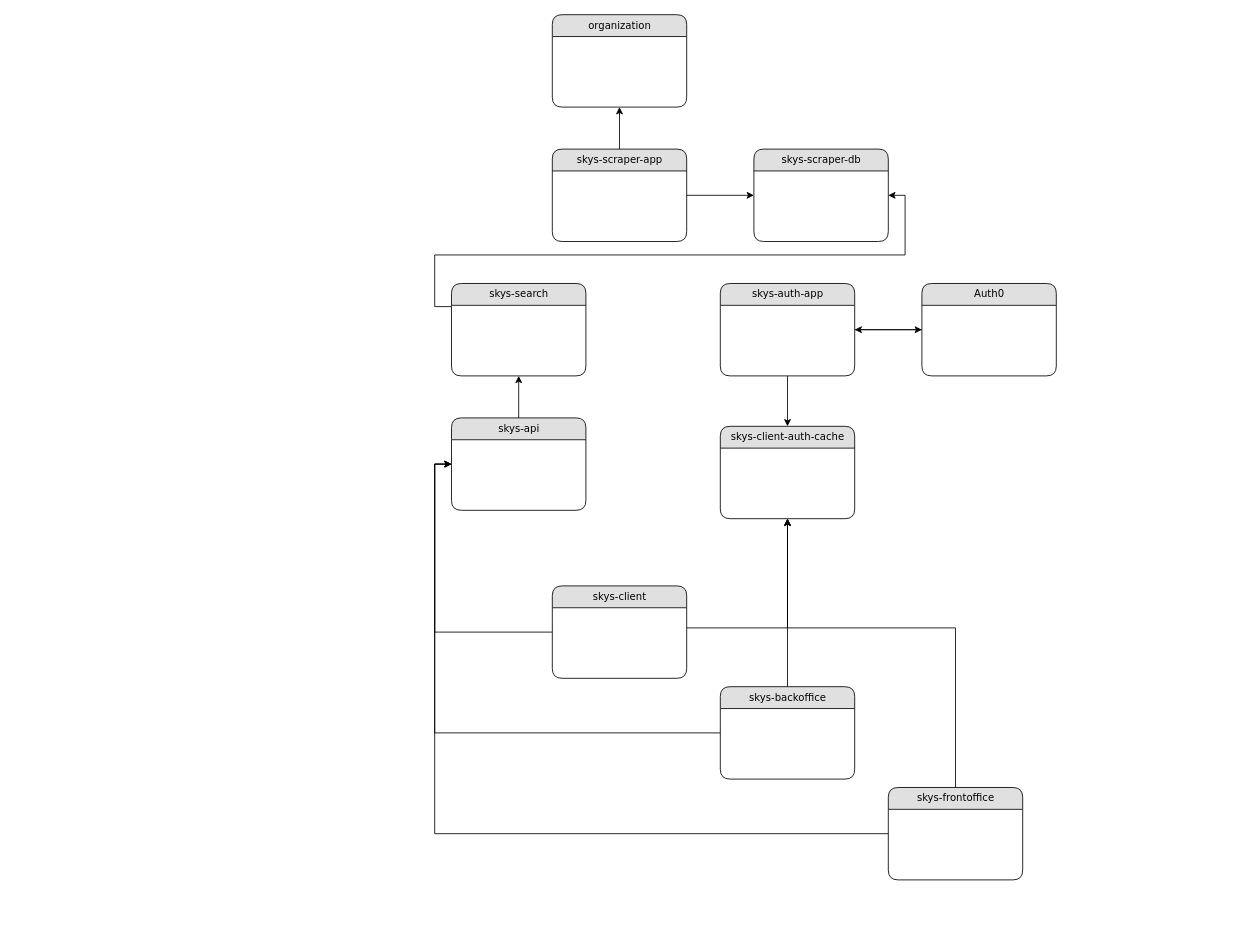
The draw.io diagram Untitled Diagram.drawio in kuzrwkd/skys, before the edit. Source tidied: cells renumbered, new cells numbered last; positions are measured from the earlier drawing's top-left corner, leaving out a move shared by most shapes. Both pictures are drawn from the tidied source at 84%, with x=0, y=0 at pixel (434, 14).
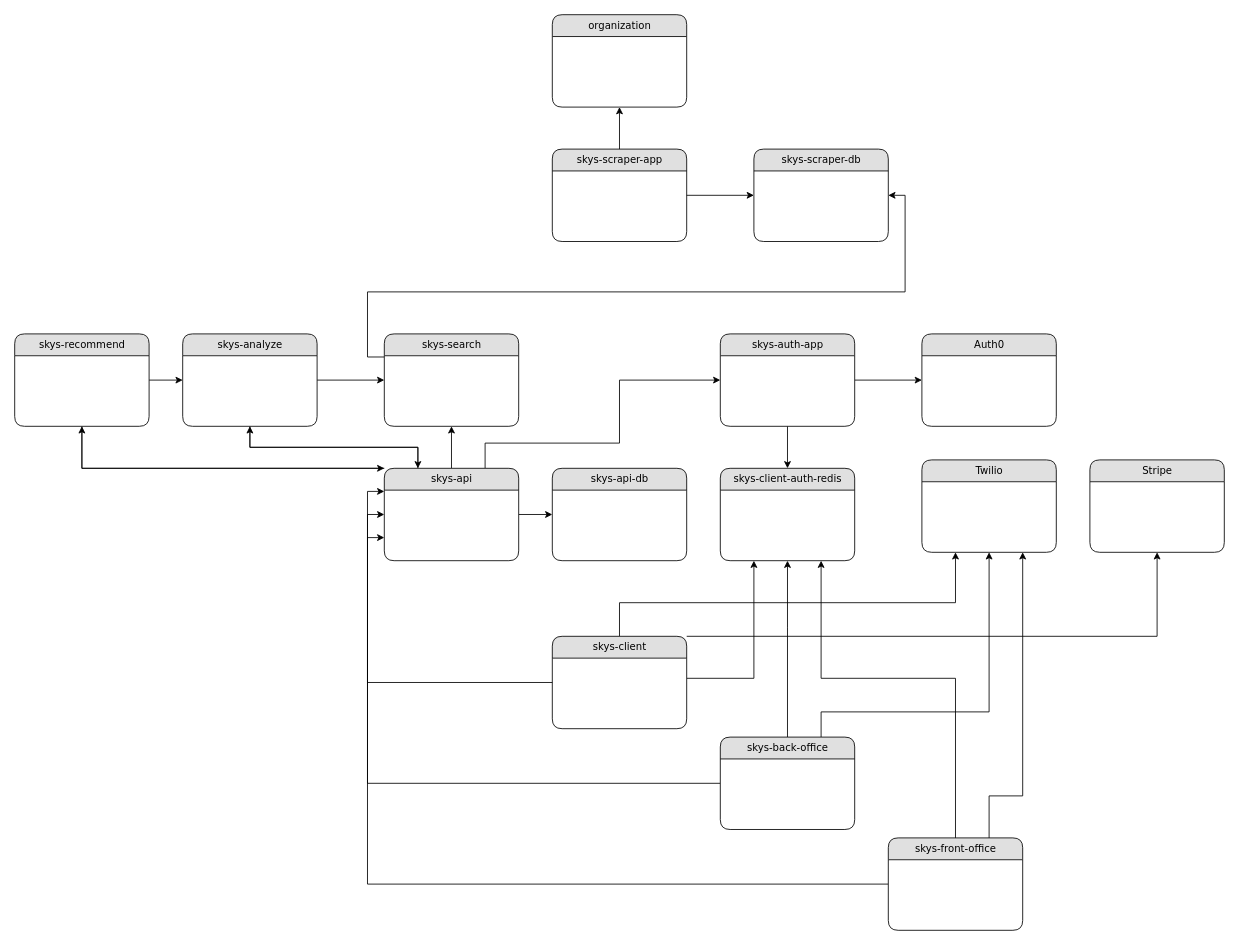
The same page after the edit.

Commit message:
Untitled Diagram.drawio を更新します

The change refers to these unchanged cells:
```xml
<mxCell id="8" value="skys-scraper-db" style="swimlane;html=1;fontStyle=0;horizontal=1;startSize=26;fillColor=#e0e0e0;swimlaneFillColor=#ffffff;align=center;rounded=1;shadow=0;comic=0;labelBackgroundColor=none;strokeWidth=1;fontFamily=Verdana;fontSize=12;" parent="1" vertex="1">
  <mxGeometry x="380" y="160" width="160" height="110" as="geometry" />
</mxCell>
```

Change to the diagram source:
```diff
@@
     <mxCell id="5" value="skys-auth-app" style="swimlane;html=1;fontStyle=0;horizontal=1;startSize=26;fillColor=#e0e0e0;swimlaneFillColor=#ffffff;align=center;rounded=1;shadow=0;comic=0;labelBackgroundColor=none;strokeWidth=1;fontFamily=Verdana;fontSize=12;" parent="1" vertex="1">
-      <mxGeometry x="340" y="320" width="160" height="110" as="geometry" />
+      <mxGeometry x="340" y="380" width="160" height="110" as="geometry" />
     </mxCell>
-    <mxCell id="6" style="edgeStyle=orthogonalEdgeStyle;rounded=0;jettySize=auto;html=1;entryX=0.5;entryY=1;entryDx=0;entryDy=0;" parent="1" edge="1" source="7" target="16">
+    <mxCell id="6" style="edgeStyle=orthogonalEdgeStyle;rounded=0;jettySize=auto;html=1;entryX=0.25;entryY=1;entryDx=0;entryDy=0;" parent="1" edge="1" source="7" target="16">
       <mxGeometry relative="1" as="geometry">
         <Array as="points">
-          <mxPoint x="420" y="730" />
+          <mxPoint x="380" y="790" />
         </Array>
       </mxGeometry>
     </mxCell>
+    <mxCell id="26" style="edgeStyle=orthogonalEdgeStyle;rounded=0;jettySize=auto;html=1;exitX=1;exitY=0;exitDx=0;exitDy=0;entryX=0.5;entryY=1;entryDx=0;entryDy=0;" parent="1" edge="1" source="7" target="36">
+      <mxGeometry relative="1" as="geometry">
+        <Array as="points">
+          <mxPoint x="860" y="740" />
+        </Array>
+      </mxGeometry>
+    </mxCell>
+    <mxCell id="27" style="edgeStyle=orthogonalEdgeStyle;rounded=0;jettySize=auto;html=1;exitX=0.5;exitY=0;exitDx=0;exitDy=0;entryX=0.25;entryY=1;entryDx=0;entryDy=0;" parent="1" edge="1" source="7" target="35">
+      <mxGeometry relative="1" as="geometry">
+        <Array as="points">
+          <mxPoint x="220" y="700" />
+          <mxPoint x="620" y="700" />
+        </Array>
+      </mxGeometry>
+    </mxCell>
     <mxCell id="7" value="skys-client" style="swimlane;html=1;fontStyle=0;horizontal=1;startSize=26;fillColor=#e0e0e0;swimlaneFillColor=#ffffff;align=center;rounded=1;shadow=0;comic=0;labelBackgroundColor=none;strokeWidth=1;fontFamily=Verdana;fontSize=12;" parent="1" vertex="1">
-      <mxGeometry x="140" y="680" width="160" height="110" as="geometry" />
+      <mxGeometry x="140" y="740" width="160" height="110" as="geometry" />
     </mxCell>
@@
     <mxCell id="12" style="edgeStyle=orthogonalEdgeStyle;rounded=0;jettySize=auto;html=1;entryX=1;entryY=0.5;entryDx=0;entryDy=0;exitX=0;exitY=0.25;exitDx=0;exitDy=0;" parent="1" edge="1" source="13" target="8">
       <mxGeometry relative="1" as="geometry">
         <Array as="points">
-          <mxPoint y="348" />
-          <mxPoint y="286" />
-          <mxPoint x="560" y="286" />
+          <mxPoint x="-80" y="408" />
+          <mxPoint x="-80" y="330" />
+          <mxPoint x="560" y="330" />
           <mxPoint x="560" y="215" />
         </Array>
       </mxGeometry>
     </mxCell>
     <mxCell id="13" value="skys-search" style="swimlane;html=1;fontStyle=0;horizontal=1;startSize=26;fillColor=#e0e0e0;swimlaneFillColor=#ffffff;align=center;rounded=1;shadow=0;comic=0;labelBackgroundColor=none;strokeWidth=1;fontFamily=Verdana;fontSize=12;" parent="1" vertex="1">
-      <mxGeometry x="20" y="320" width="160" height="110" as="geometry" />
+      <mxGeometry x="-60" y="380" width="160" height="110" as="geometry" />
     </mxCell>
     <mxCell id="14" value="Auth0" style="swimlane;html=1;fontStyle=0;horizontal=1;startSize=26;fillColor=#e0e0e0;swimlaneFillColor=#ffffff;align=center;rounded=1;shadow=0;comic=0;labelBackgroundColor=none;strokeWidth=1;fontFamily=Verdana;fontSize=12;" parent="1" vertex="1">
-      <mxGeometry x="580" y="320" width="160" height="110" as="geometry" />
+      <mxGeometry x="580" y="380" width="160" height="110" as="geometry" />
     </mxCell>
-    <mxCell id="15" style="edgeStyle=orthogonalEdgeStyle;rounded=0;jettySize=auto;html=1;exitX=0;exitY=0.5;exitDx=0;exitDy=0;entryX=1;entryY=0.5;entryDx=0;entryDy=0;" parent="1" edge="1" source="14" target="5">
-      <mxGeometry relative="1" as="geometry" />
-    </mxCell>
-    <mxCell id="16" value="skys-client-auth-cache" style="swimlane;html=1;fontStyle=0;horizontal=1;startSize=26;fillColor=#e0e0e0;swimlaneFillColor=#ffffff;align=center;rounded=1;shadow=0;comic=0;labelBackgroundColor=none;strokeWidth=1;fontFamily=Verdana;fontSize=12;" parent="1" vertex="1">
-      <mxGeometry x="340" y="490" width="160" height="110" as="geometry" />
+    <mxCell id="16" value="skys-client-auth-redis" style="swimlane;html=1;fontStyle=0;horizontal=1;startSize=26;fillColor=#e0e0e0;swimlaneFillColor=#ffffff;align=center;rounded=1;shadow=0;comic=0;labelBackgroundColor=none;strokeWidth=1;fontFamily=Verdana;fontSize=12;" parent="1" vertex="1">
+      <mxGeometry x="340" y="540" width="160" height="110" as="geometry" />
     </mxCell>
-    <mxCell id="17" style="edgeStyle=orthogonalEdgeStyle;rounded=0;jettySize=auto;html=1;exitX=0;exitY=0.5;exitDx=0;exitDy=0;entryX=0;entryY=0.5;entryDx=0;entryDy=0;" parent="1" edge="1" source="7" target="25">
+    <mxCell id="17" style="edgeStyle=orthogonalEdgeStyle;rounded=0;jettySize=auto;html=1;exitX=0;exitY=0.5;exitDx=0;exitDy=0;entryX=0;entryY=0.25;entryDx=0;entryDy=0;" parent="1" edge="1" source="7" target="25">
       <mxGeometry relative="1" as="geometry" />
     </mxCell>
     <mxCell id="18" style="edgeStyle=orthogonalEdgeStyle;rounded=0;jettySize=auto;html=1;exitX=0.5;exitY=0;exitDx=0;exitDy=0;entryX=0.5;entryY=1;entryDx=0;entryDy=0;" parent="1" edge="1" source="20" target="16">
       <mxGeometry relative="1" as="geometry">
         <Array as="points">
-          <mxPoint x="420" y="670" />
-          <mxPoint x="420" y="670" />
+          <mxPoint x="420" y="730" />
+          <mxPoint x="420" y="730" />
         </Array>
       </mxGeometry>
     </mxCell>
@@
+    <mxCell id="28" style="edgeStyle=orthogonalEdgeStyle;rounded=0;jettySize=auto;html=1;exitX=0.75;exitY=0;exitDx=0;exitDy=0;entryX=0.5;entryY=1;entryDx=0;entryDy=0;" parent="1" edge="1" source="20" target="35">
+      <mxGeometry relative="1" as="geometry">
+        <Array as="points">
+          <mxPoint x="460" y="830" />
+          <mxPoint x="660" y="830" />
+        </Array>
+      </mxGeometry>
+    </mxCell>
-    <mxCell id="20" value="skys-backoffice" style="swimlane;html=1;fontStyle=0;horizontal=1;startSize=26;fillColor=#e0e0e0;swimlaneFillColor=#ffffff;align=center;rounded=1;shadow=0;comic=0;labelBackgroundColor=none;strokeWidth=1;fontFamily=Verdana;fontSize=12;" parent="1" vertex="1">
-      <mxGeometry x="340" y="800" width="160" height="110" as="geometry" />
+    <mxCell id="20" value="skys-back-office" style="swimlane;html=1;fontStyle=0;horizontal=1;startSize=26;fillColor=#e0e0e0;swimlaneFillColor=#ffffff;align=center;rounded=1;shadow=0;comic=0;labelBackgroundColor=none;strokeWidth=1;fontFamily=Verdana;fontSize=12;" parent="1" vertex="1">
+      <mxGeometry x="340" y="860" width="160" height="110" as="geometry" />
     </mxCell>
-    <mxCell id="21" style="edgeStyle=orthogonalEdgeStyle;rounded=0;jettySize=auto;html=1;exitX=0.5;exitY=0;exitDx=0;exitDy=0;entryX=0.5;entryY=1;entryDx=0;entryDy=0;" parent="1" edge="1" source="23" target="16">
+    <mxCell id="21" style="edgeStyle=orthogonalEdgeStyle;rounded=0;jettySize=auto;html=1;exitX=0.5;exitY=0;exitDx=0;exitDy=0;entryX=0.75;entryY=1;entryDx=0;entryDy=0;" parent="1" edge="1" source="23" target="16">
       <mxGeometry relative="1" as="geometry">
         <Array as="points">
-          <mxPoint x="620" y="730" />
-          <mxPoint x="420" y="730" />
+          <mxPoint x="620" y="790" />
+          <mxPoint x="460" y="790" />
         </Array>
       </mxGeometry>
     </mxCell>
-    <mxCell id="22" style="edgeStyle=orthogonalEdgeStyle;rounded=0;jettySize=auto;html=1;exitX=0;exitY=0.5;exitDx=0;exitDy=0;entryX=0;entryY=0.5;entryDx=0;entryDy=0;" parent="1" edge="1" source="23" target="25">
+    <mxCell id="22" style="edgeStyle=orthogonalEdgeStyle;rounded=0;jettySize=auto;html=1;exitX=0;exitY=0.5;exitDx=0;exitDy=0;entryX=0;entryY=0.75;entryDx=0;entryDy=0;" parent="1" edge="1" source="23" target="25">
       <mxGeometry relative="1" as="geometry" />
     </mxCell>
+    <mxCell id="29" style="edgeStyle=orthogonalEdgeStyle;rounded=0;jettySize=auto;html=1;exitX=0.75;exitY=0;exitDx=0;exitDy=0;entryX=0.75;entryY=1;entryDx=0;entryDy=0;" parent="1" edge="1" source="23" target="35">
+      <mxGeometry relative="1" as="geometry">
+        <Array as="points">
+          <mxPoint x="660" y="930" />
+          <mxPoint x="700" y="930" />
+        </Array>
+      </mxGeometry>
+    </mxCell>
-    <mxCell id="23" value="skys-frontoffice" style="swimlane;html=1;fontStyle=0;horizontal=1;startSize=26;fillColor=#e0e0e0;swimlaneFillColor=#ffffff;align=center;rounded=1;shadow=0;comic=0;labelBackgroundColor=none;strokeWidth=1;fontFamily=Verdana;fontSize=12;" parent="1" vertex="1">
-      <mxGeometry x="540" y="920" width="160" height="110" as="geometry" />
+    <mxCell id="23" value="skys-front-office" style="swimlane;html=1;fontStyle=0;horizontal=1;startSize=26;fillColor=#e0e0e0;swimlaneFillColor=#ffffff;align=center;rounded=1;shadow=0;comic=0;labelBackgroundColor=none;strokeWidth=1;fontFamily=Verdana;fontSize=12;" parent="1" vertex="1">
+      <mxGeometry x="540" y="980" width="160" height="110" as="geometry" />
     </mxCell>
@@
+    <mxCell id="30" style="edgeStyle=orthogonalEdgeStyle;rounded=0;jettySize=auto;html=1;exitX=1;exitY=0.5;exitDx=0;exitDy=0;entryX=0;entryY=0.5;entryDx=0;entryDy=0;" parent="1" edge="1" source="25" target="34">
+      <mxGeometry relative="1" as="geometry" />
+    </mxCell>
+    <mxCell id="31" style="edgeStyle=orthogonalEdgeStyle;rounded=0;jettySize=auto;html=1;exitX=0.75;exitY=0;exitDx=0;exitDy=0;entryX=0;entryY=0.5;entryDx=0;entryDy=0;" parent="1" edge="1" source="25" target="5">
+      <mxGeometry relative="1" as="geometry">
+        <Array as="points">
+          <mxPoint x="60" y="510" />
+          <mxPoint x="220" y="510" />
+          <mxPoint x="220" y="435" />
+        </Array>
+      </mxGeometry>
+    </mxCell>
+    <mxCell id="32" style="edgeStyle=orthogonalEdgeStyle;rounded=0;jettySize=auto;html=1;exitX=0.25;exitY=0;exitDx=0;exitDy=0;entryX=0.5;entryY=1;entryDx=0;entryDy=0;" parent="1" edge="1" source="25" target="39">
+      <mxGeometry relative="1" as="geometry" />
+    </mxCell>
+    <mxCell id="33" style="edgeStyle=orthogonalEdgeStyle;rounded=0;jettySize=auto;html=1;exitX=0;exitY=0;exitDx=0;exitDy=0;entryX=0.5;entryY=1;entryDx=0;entryDy=0;" parent="1" edge="1" source="25" target="42">
+      <mxGeometry relative="1" as="geometry">
+        <Array as="points">
+          <mxPoint x="-420" y="540" />
+        </Array>
+      </mxGeometry>
+    </mxCell>
     <mxCell id="25" value="skys-api" style="swimlane;html=1;fontStyle=0;horizontal=1;startSize=26;fillColor=#e0e0e0;swimlaneFillColor=#ffffff;align=center;rounded=1;shadow=0;comic=0;labelBackgroundColor=none;strokeWidth=1;fontFamily=Verdana;fontSize=12;" parent="1" vertex="1">
-      <mxGeometry x="20" y="480" width="160" height="110" as="geometry" />
+      <mxGeometry x="-60" y="540" width="160" height="110" as="geometry" />
     </mxCell>
+    <mxCell id="34" value="skys-api-db" style="swimlane;html=1;fontStyle=0;horizontal=1;startSize=26;fillColor=#e0e0e0;swimlaneFillColor=#ffffff;align=center;rounded=1;shadow=0;comic=0;labelBackgroundColor=none;strokeWidth=1;fontFamily=Verdana;fontSize=12;" parent="1" vertex="1">
+      <mxGeometry x="140" y="540" width="160" height="110" as="geometry" />
+    </mxCell>
+    <mxCell id="35" value="Twilio" style="swimlane;html=1;fontStyle=0;horizontal=1;startSize=26;fillColor=#e0e0e0;swimlaneFillColor=#ffffff;align=center;rounded=1;shadow=0;comic=0;labelBackgroundColor=none;strokeWidth=1;fontFamily=Verdana;fontSize=12;" parent="1" vertex="1">
+      <mxGeometry x="580" y="530" width="160" height="110" as="geometry" />
+    </mxCell>
+    <mxCell id="36" value="Stripe" style="swimlane;html=1;fontStyle=0;horizontal=1;startSize=26;fillColor=#e0e0e0;swimlaneFillColor=#ffffff;align=center;rounded=1;shadow=0;comic=0;labelBackgroundColor=none;strokeWidth=1;fontFamily=Verdana;fontSize=12;" parent="1" vertex="1">
+      <mxGeometry x="780" y="530" width="160" height="110" as="geometry" />
+    </mxCell>
+    <mxCell id="37" style="edgeStyle=orthogonalEdgeStyle;rounded=0;jettySize=auto;html=1;exitX=1;exitY=0.5;exitDx=0;exitDy=0;entryX=0;entryY=0.5;entryDx=0;entryDy=0;" parent="1" edge="1" source="39" target="13">
+      <mxGeometry relative="1" as="geometry" />
+    </mxCell>
+    <mxCell id="38" style="edgeStyle=orthogonalEdgeStyle;rounded=0;jettySize=auto;html=1;exitX=0.5;exitY=1;exitDx=0;exitDy=0;entryX=0.25;entryY=0;entryDx=0;entryDy=0;" parent="1" edge="1" source="39" target="25">
+      <mxGeometry relative="1" as="geometry" />
+    </mxCell>
+    <mxCell id="39" value="skys-analyze" style="swimlane;html=1;fontStyle=0;horizontal=1;startSize=26;fillColor=#e0e0e0;swimlaneFillColor=#ffffff;align=center;rounded=1;shadow=0;comic=0;labelBackgroundColor=none;strokeWidth=1;fontFamily=Verdana;fontSize=12;" parent="1" vertex="1">
+      <mxGeometry x="-300" y="380" width="160" height="110" as="geometry" />
+    </mxCell>
+    <mxCell id="40" style="edgeStyle=orthogonalEdgeStyle;rounded=0;jettySize=auto;html=1;exitX=1;exitY=0.5;exitDx=0;exitDy=0;entryX=0;entryY=0.5;entryDx=0;entryDy=0;" parent="1" edge="1" source="42" target="39">
+      <mxGeometry relative="1" as="geometry" />
+    </mxCell>
+    <mxCell id="41" style="edgeStyle=orthogonalEdgeStyle;rounded=0;jettySize=auto;html=1;exitX=0.5;exitY=1;exitDx=0;exitDy=0;entryX=0;entryY=0;entryDx=0;entryDy=0;" parent="1" edge="1" source="42" target="25">
+      <mxGeometry relative="1" as="geometry">
+        <Array as="points">
+          <mxPoint x="-420" y="540" />
+        </Array>
+      </mxGeometry>
+    </mxCell>
+    <mxCell id="42" value="skys-recommend" style="swimlane;html=1;fontStyle=0;horizontal=1;startSize=26;fillColor=#e0e0e0;swimlaneFillColor=#ffffff;align=center;rounded=1;shadow=0;comic=0;labelBackgroundColor=none;strokeWidth=1;fontFamily=Verdana;fontSize=12;" parent="1" vertex="1">
+      <mxGeometry x="-500" y="380" width="160" height="110" as="geometry" />
+    </mxCell>
```
